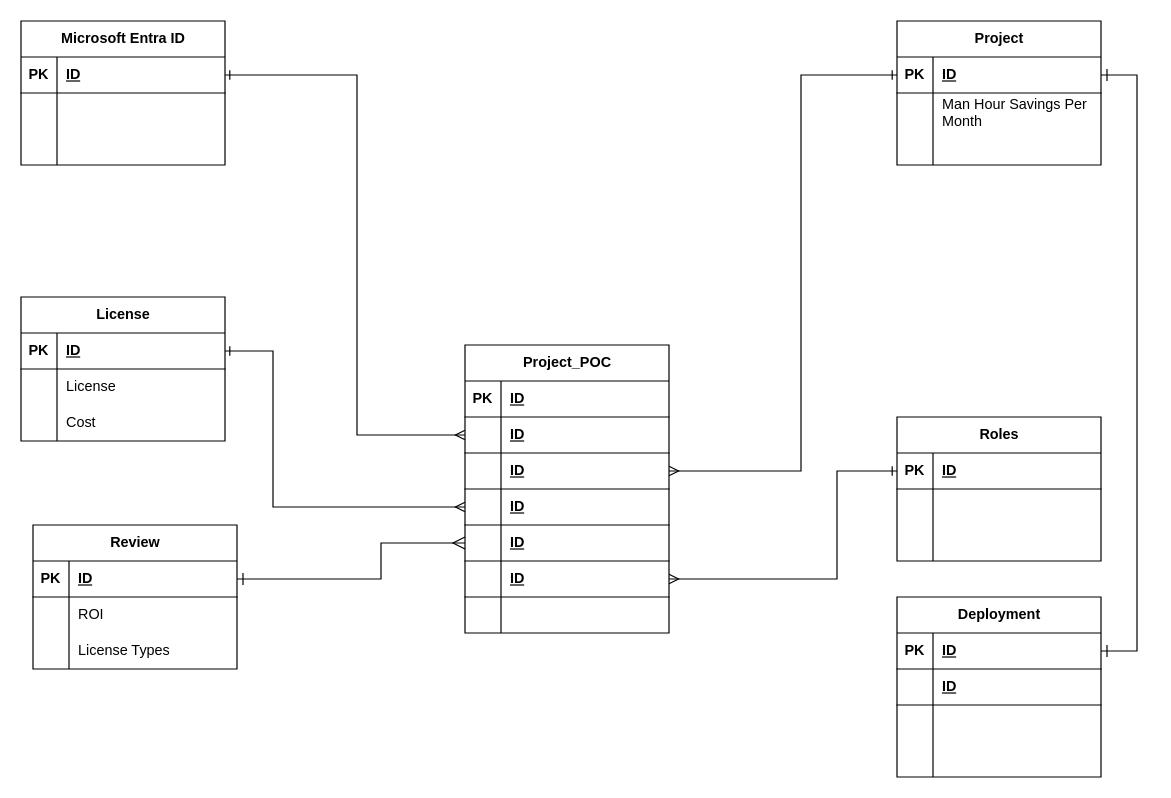
Above: page "Option-3" (1 of 3) of erd-projint-01.drawio in josjreyes/ProjectIntake (draw.io), before the change. Source tidied: cells renumbered, new cells numbered last; positions are measured from the earlier drawing's top-left corner, leaving out a move shared by most shapes. Both pictures are drawn from the tidied source at 120%, with x=0, y=0 at pixel (20, 20).
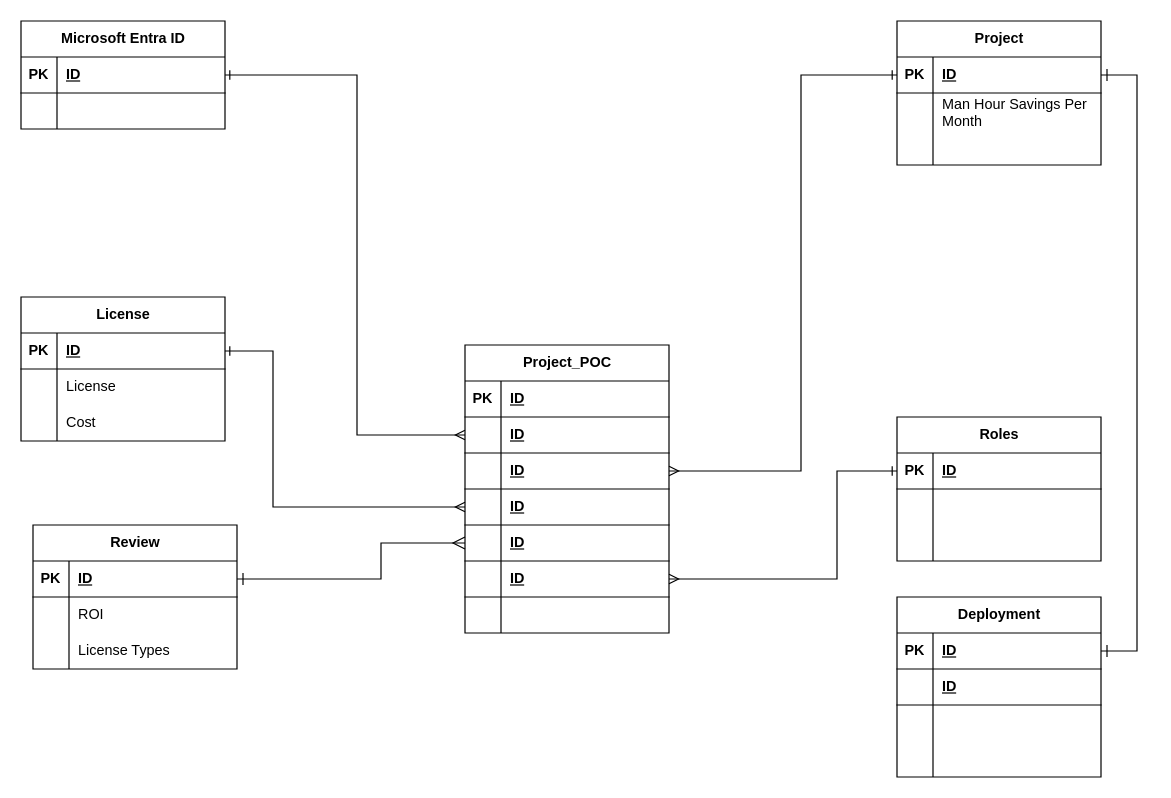
After the change.

What changed in the source:
```diff
@@
     <mxCell id="83" value="Microsoft Entra ID" style="shape=table;startSize=30;childLayout=tableLayout;rowLines=0;fontStyle=1;align=center;html=1;" parent="1" vertex="1">
-      <mxGeometry width="170" height="120" as="geometry" />
+      <mxGeometry width="170" height="90" as="geometry" />
     </mxCell>
@@
-    <mxCell id="87" style="shape=tableRow;horizontal=0;startSize=0;swimlaneHead=0;swimlaneBody=0;fillColor=none;top=0;left=0;right=0;bottom=0;" parent="83" vertex="1">
-      <mxGeometry y="60" width="170" height="30" as="geometry" />
-    </mxCell>
-    <mxCell id="88" style="shape=partialRectangle;fillColor=none;top=0;left=0;bottom=0;right=0;overflow=hidden;whiteSpace=wrap;html=1;" parent="87" vertex="1">
-      <mxGeometry width="30" height="30" as="geometry" />
-    </mxCell>
-    <mxCell id="89" style="shape=partialRectangle;fillColor=none;top=0;left=0;bottom=0;right=0;align=left;spacingLeft=6;overflow=hidden;whiteSpace=wrap;html=1;" parent="87" vertex="1">
-      <mxGeometry x="30" width="140" height="30" as="geometry" />
-    </mxCell>
     <mxCell id="90" style="shape=tableRow;horizontal=0;startSize=0;swimlaneHead=0;swimlaneBody=0;fillColor=none;top=0;left=0;right=0;bottom=0;" parent="83" vertex="1">
-      <mxGeometry y="90" width="170" height="30" as="geometry" />
+      <mxGeometry y="60" width="170" height="30" as="geometry" />
     </mxCell>
```
